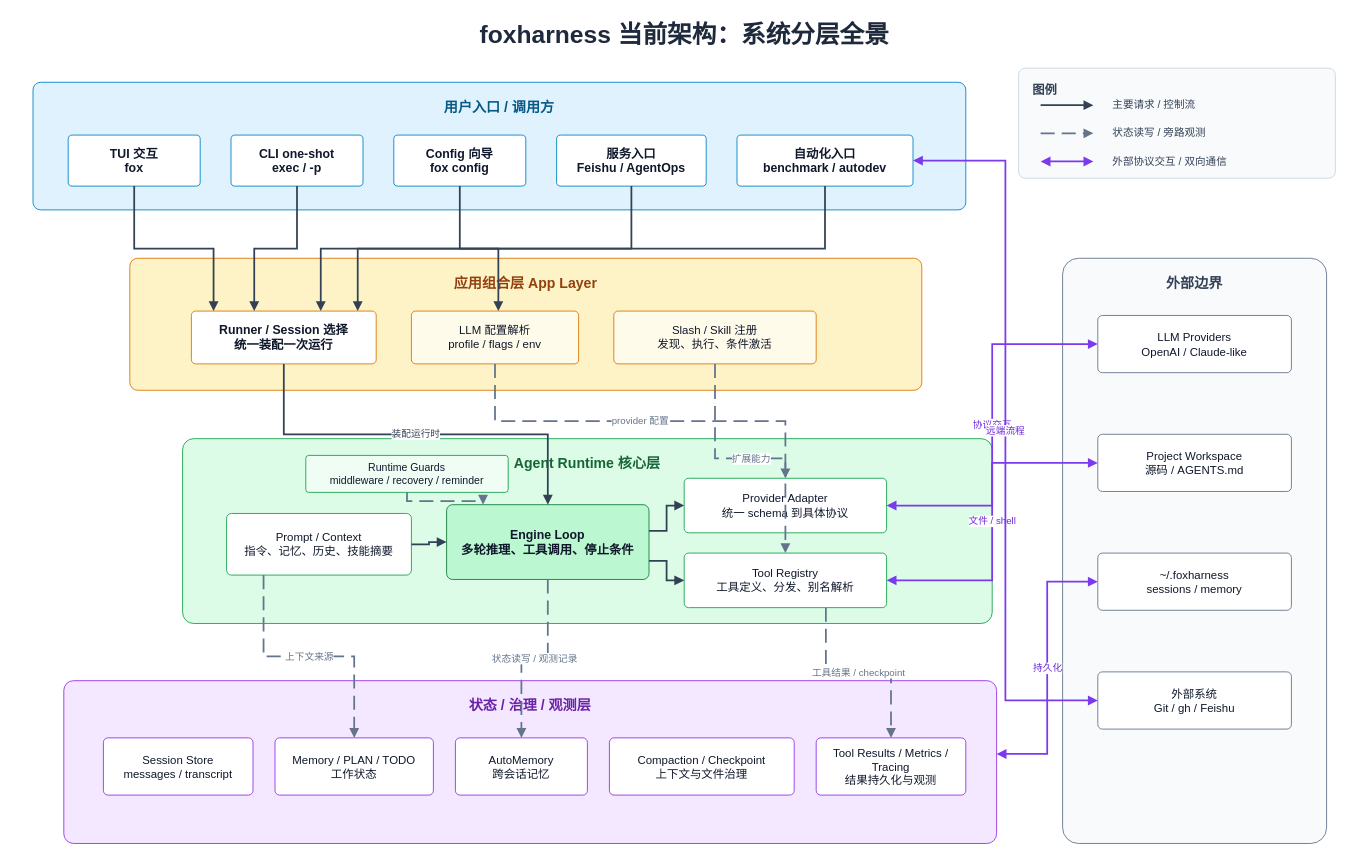
This is page "A1 系统分层全景" (1 of 5) of docs/architecture/drawio/current-architecture.zh-CN.drawio from Zts0hg/foxharness, a draw.io file, before an edit. Source tidied: cells renumbered, new cells numbered last; positions are measured from the earlier drawing's top-left corner, leaving out a move shared by most shapes. Both pictures are drawn from the tidied source at 88%, with x=0, y=0 at pixel (15, 15).
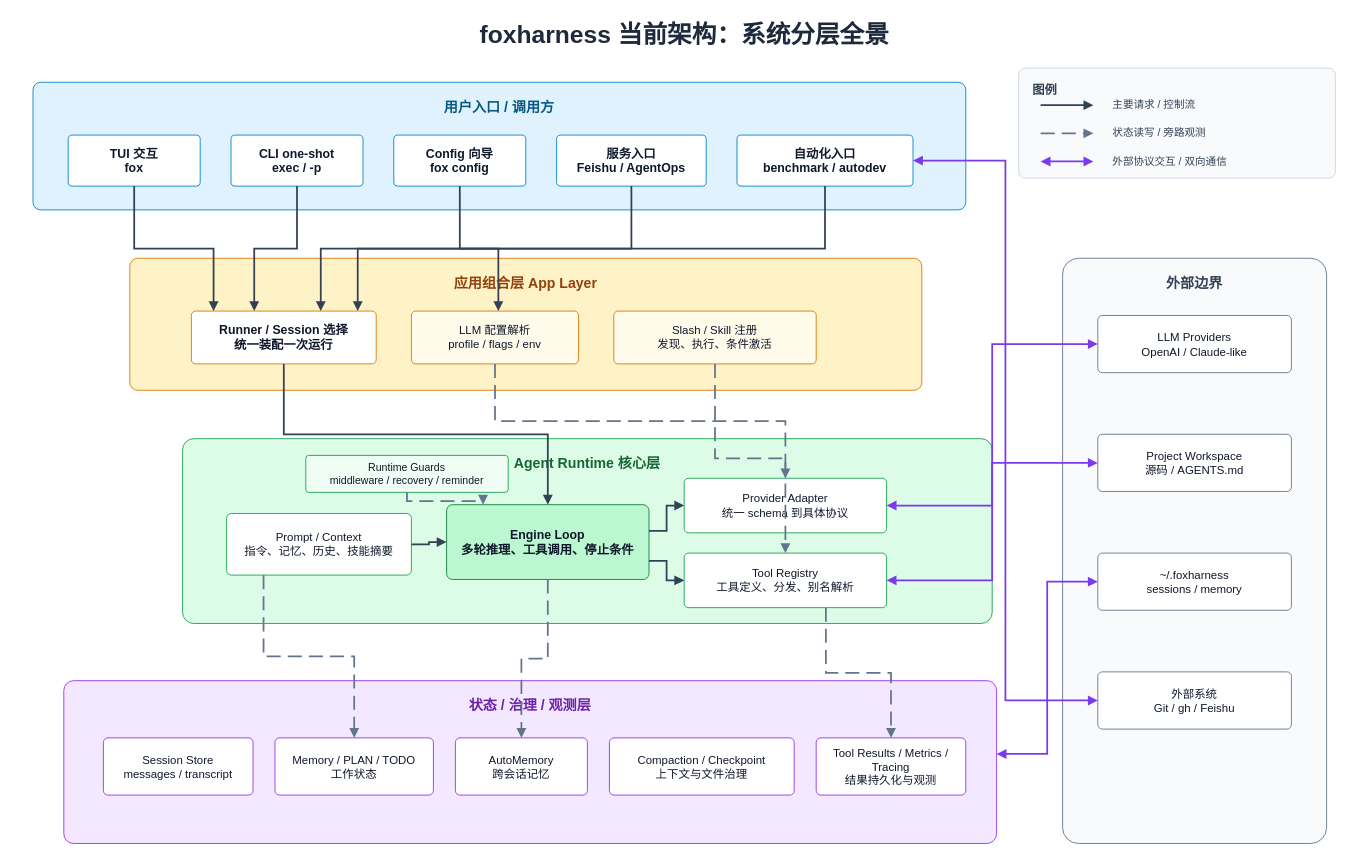
Above is the later version.

The change refers to these unchanged cells:
```xml
<mxCell id="15" value="自动化入口&lt;br&gt;benchmark / autodev" style="rounded=1;whiteSpace=wrap;html=1;fillColor=#FFFFFF;strokeColor=#0284C7;fontSize=14;fontStyle=1;fontColor=#0F172A;arcSize=8;" parent="1" vertex="1">
  <mxGeometry x="820" y="136" width="200" height="58" as="geometry" />
</mxCell>
<mxCell id="17" value="Runner / Session 选择&lt;br&gt;统一装配一次运行" style="rounded=1;whiteSpace=wrap;html=1;fillColor=#FFFFFF;strokeColor=#D97706;fontSize=14;fontStyle=1;fontColor=#0F172A;arcSize=8;" parent="1" vertex="1">
  <mxGeometry x="200" y="336" width="210" height="60" as="geometry" />
</mxCell>
<mxCell id="18" value="LLM 配置解析&lt;br&gt;profile / flags / env" style="rounded=1;whiteSpace=wrap;html=1;fillColor=#FFFBEB;strokeColor=#D97706;fontSize=13;fontColor=#0F172A;arcSize=8;" parent="1" vertex="1">
  <mxGeometry x="450" y="336" width="190" height="60" as="geometry" />
</mxCell>
<mxCell id="19" value="Slash / Skill 注册&lt;br&gt;发现、执行、条件激活" style="rounded=1;whiteSpace=wrap;html=1;fillColor=#FFFBEB;strokeColor=#D97706;fontSize=13;fontColor=#0F172A;arcSize=8;" parent="1" vertex="1">
  <mxGeometry x="680" y="336" width="230" height="60" as="geometry" />
</mxCell>
<mxCell id="21" value="Prompt / Context&lt;br&gt;指令、记忆、历史、技能摘要" style="rounded=1;whiteSpace=wrap;html=1;fillColor=#FFFFFF;strokeColor=#16A34A;fontSize=13;fontColor=#0F172A;arcSize=8;" parent="1" vertex="1">
  <mxGeometry x="240" y="566" width="210" height="70" as="geometry" />
</mxCell>
<mxCell id="22" value="Engine Loop&lt;br&gt;多轮推理、工具调用、停止条件" style="rounded=1;whiteSpace=wrap;html=1;fillColor=#BBF7D0;strokeColor=#15803D;fontSize=14;fontStyle=1;fontColor=#0F172A;arcSize=8;" parent="1" vertex="1">
  <mxGeometry x="490" y="556" width="230" height="85" as="geometry" />
</mxCell>
<mxCell id="23" value="Provider Adapter&lt;br&gt;统一 schema 到具体协议" style="rounded=1;whiteSpace=wrap;html=1;fillColor=#FFFFFF;strokeColor=#16A34A;fontSize=13;fontColor=#0F172A;arcSize=8;" parent="1" vertex="1">
  <mxGeometry x="760" y="526" width="230" height="62" as="geometry" />
</mxCell>
<mxCell id="24" value="Tool Registry&lt;br&gt;工具定义、分发、别名解析" style="rounded=1;whiteSpace=wrap;html=1;fillColor=#FFFFFF;strokeColor=#16A34A;fontSize=13;fontColor=#0F172A;arcSize=8;" parent="1" vertex="1">
  <mxGeometry x="760" y="611" width="230" height="62" as="geometry" />
</mxCell>
<mxCell id="26" value="状态 / 治理 / 观测层" style="rounded=1;whiteSpace=wrap;html=1;fillColor=#F3E8FF;strokeColor=#9333EA;align=center;verticalAlign=top;fontSize=16;fontStyle=1;fontColor=#6B21A8;spacingTop=12;arcSize=6;" parent="1" vertex="1">
  <mxGeometry x="55" y="756" width="1060" height="185" as="geometry" />
</mxCell>
<mxCell id="28" value="Memory / PLAN / TODO&lt;br&gt;工作状态" style="rounded=1;whiteSpace=wrap;html=1;fillColor=#FFFFFF;strokeColor=#9333EA;fontSize=13;fontColor=#0F172A;arcSize=8;" parent="1" vertex="1">
  <mxGeometry x="295" y="821" width="180" height="65" as="geometry" />
</mxCell>
<mxCell id="29" value="AutoMemory&lt;br&gt;跨会话记忆" style="rounded=1;whiteSpace=wrap;html=1;fillColor=#FFFFFF;strokeColor=#9333EA;fontSize=13;fontColor=#0F172A;arcSize=8;" parent="1" vertex="1">
  <mxGeometry x="500" y="821" width="150" height="65" as="geometry" />
</mxCell>
<mxCell id="31" value="Tool Results / Metrics / Tracing&lt;br&gt;结果持久化与观测" style="rounded=1;whiteSpace=wrap;html=1;fillColor=#FFFFFF;strokeColor=#9333EA;fontSize=13;fontColor=#0F172A;arcSize=8;" parent="1" vertex="1">
  <mxGeometry x="910" y="821" width="170" height="65" as="geometry" />
</mxCell>
<mxCell id="33" value="LLM Providers&lt;br&gt;OpenAI / Claude-like" style="rounded=1;whiteSpace=wrap;html=1;fillColor=#FFFFFF;strokeColor=#64748B;fontSize=13;fontColor=#0F172A;arcSize=8;" parent="1" vertex="1">
  <mxGeometry x="1230" y="341" width="220" height="65" as="geometry" />
</mxCell>
<mxCell id="34" value="Project Workspace&lt;br&gt;源码 / AGENTS.md" style="rounded=1;whiteSpace=wrap;html=1;fillColor=#FFFFFF;strokeColor=#64748B;fontSize=13;fontColor=#0F172A;arcSize=8;" parent="1" vertex="1">
  <mxGeometry x="1230" y="476" width="220" height="65" as="geometry" />
</mxCell>
<mxCell id="35" value="~/.foxharness&lt;br&gt;sessions / memory" style="rounded=1;whiteSpace=wrap;html=1;fillColor=#FFFFFF;strokeColor=#64748B;fontSize=13;fontColor=#0F172A;arcSize=8;" parent="1" vertex="1">
  <mxGeometry x="1230" y="611" width="220" height="65" as="geometry" />
</mxCell>
<mxCell id="36" value="外部系统&lt;br&gt;Git / gh / Feishu" style="rounded=1;whiteSpace=wrap;html=1;fillColor=#FFFFFF;strokeColor=#64748B;fontSize=13;fontColor=#0F172A;arcSize=8;" parent="1" vertex="1">
  <mxGeometry x="1230" y="746" width="220" height="65" as="geometry" />
</mxCell>
```

The edit, as a diff of the source:
```diff
@@
-    <mxCell id="42" value="装配运行时" style="edgeStyle=orthogonalEdgeStyle;rounded=0;html=1;strokeColor=#334155;strokeWidth=2;endArrow=block;endFill=1;fontColor=#334155;exitX=0.5;exitY=1;entryX=0.5;entryY=0;" parent="1" edge="1" source="17" target="22">
+    <mxCell id="42" style="edgeStyle=orthogonalEdgeStyle;rounded=0;html=1;strokeColor=#334155;strokeWidth=2;endArrow=block;endFill=1;fontColor=#334155;exitX=0.5;exitY=1;entryX=0.5;entryY=0;" parent="1" edge="1" source="17" target="22">
       <mxGeometry relative="1" as="geometry" />
     </mxCell>
-    <mxCell id="43" value="provider 配置" style="edgeStyle=orthogonalEdgeStyle;rounded=0;html=1;strokeColor=#64748B;strokeWidth=2;dashed=1;dashPattern=8 4;endArrow=block;endFill=1;fontColor=#64748B;exitX=0.5;exitY=1;entryX=0.5;entryY=0;" parent="1" edge="1" source="18" target="23">
+    <mxCell id="43" style="edgeStyle=orthogonalEdgeStyle;rounded=0;html=1;strokeColor=#64748B;strokeWidth=2;dashed=1;dashPattern=8 4;endArrow=block;endFill=1;fontColor=#64748B;exitX=0.5;exitY=1;entryX=0.5;entryY=0;" parent="1" edge="1" source="18" target="23">
       <mxGeometry relative="1" as="geometry" />
     </mxCell>
-    <mxCell id="44" value="扩展能力" style="edgeStyle=orthogonalEdgeStyle;rounded=0;html=1;strokeColor=#64748B;strokeWidth=2;dashed=1;dashPattern=8 4;endArrow=block;endFill=1;fontColor=#64748B;exitX=0.5;exitY=1;entryX=0.5;entryY=0;" parent="1" edge="1" source="19" target="24">
+    <mxCell id="44" style="edgeStyle=orthogonalEdgeStyle;rounded=0;html=1;strokeColor=#64748B;strokeWidth=2;dashed=1;dashPattern=8 4;endArrow=block;endFill=1;fontColor=#64748B;exitX=0.5;exitY=1;entryX=0.5;entryY=0;" parent="1" edge="1" source="19" target="24">
       <mxGeometry relative="1" as="geometry" />
     </mxCell>
@@
-    <mxCell id="49" value="状态读写 / 观测记录" style="edgeStyle=orthogonalEdgeStyle;rounded=0;html=1;strokeColor=#64748B;strokeWidth=2;dashed=1;dashPattern=8 4;endArrow=block;endFill=1;fontColor=#64748B;exitX=0.5;exitY=1;entryX=0.5;entryY=0;" parent="1" edge="1" source="22" target="29">
+    <mxCell id="49" style="edgeStyle=orthogonalEdgeStyle;rounded=0;html=1;strokeColor=#64748B;strokeWidth=2;dashed=1;dashPattern=8 4;endArrow=block;endFill=1;fontColor=#64748B;exitX=0.5;exitY=1;entryX=0.5;entryY=0;" parent="1" edge="1" source="22" target="29">
       <mxGeometry relative="1" as="geometry" />
     </mxCell>
-    <mxCell id="50" value="上下文来源" style="edgeStyle=orthogonalEdgeStyle;rounded=0;html=1;strokeColor=#64748B;strokeWidth=2;dashed=1;dashPattern=8 4;endArrow=block;endFill=1;fontColor=#64748B;exitX=0.2;exitY=1;entryX=0.5;entryY=0;" parent="1" edge="1" source="21" target="28">
+    <mxCell id="50" style="edgeStyle=orthogonalEdgeStyle;rounded=0;html=1;strokeColor=#64748B;strokeWidth=2;dashed=1;dashPattern=8 4;endArrow=block;endFill=1;fontColor=#64748B;exitX=0.2;exitY=1;entryX=0.5;entryY=0;" parent="1" edge="1" source="21" target="28">
       <mxGeometry relative="1" as="geometry" />
     </mxCell>
-    <mxCell id="51" value="工具结果 / checkpoint" style="edgeStyle=orthogonalEdgeStyle;rounded=0;html=1;strokeColor=#64748B;strokeWidth=2;dashed=1;dashPattern=8 4;endArrow=block;endFill=1;fontColor=#64748B;exitX=0.7;exitY=1;entryX=0.5;entryY=0;" parent="1" edge="1" source="24" target="31">
+    <mxCell id="51" style="edgeStyle=orthogonalEdgeStyle;rounded=0;html=1;strokeColor=#64748B;strokeWidth=2;dashed=1;dashPattern=8 4;endArrow=block;endFill=1;fontColor=#64748B;exitX=0.7;exitY=1;entryX=0.5;entryY=0;" parent="1" edge="1" source="24" target="31">
       <mxGeometry relative="1" as="geometry" />
     </mxCell>
-    <mxCell id="52" value="协议交互" style="edgeStyle=orthogonalEdgeStyle;rounded=0;html=1;strokeColor=#7C3AED;strokeWidth=2;startArrow=block;startFill=1;endArrow=block;endFill=1;fontColor=#6D28D9;exitX=1;exitY=0.5;entryX=0;entryY=0.5;" parent="1" edge="1" source="23" target="33">
+    <mxCell id="52" style="edgeStyle=orthogonalEdgeStyle;rounded=0;html=1;strokeColor=#7C3AED;strokeWidth=2;startArrow=block;startFill=1;endArrow=block;endFill=1;fontColor=#6D28D9;exitX=1;exitY=0.5;entryX=0;entryY=0.5;" parent="1" edge="1" source="23" target="33">
       <mxGeometry relative="1" as="geometry" />
     </mxCell>
-    <mxCell id="53" value="文件 / shell" style="edgeStyle=orthogonalEdgeStyle;rounded=0;html=1;strokeColor=#7C3AED;strokeWidth=2;startArrow=block;startFill=1;endArrow=block;endFill=1;fontColor=#6D28D9;exitX=1;exitY=0.5;entryX=0;entryY=0.5;" parent="1" edge="1" source="24" target="34">
+    <mxCell id="53" style="edgeStyle=orthogonalEdgeStyle;rounded=0;html=1;strokeColor=#7C3AED;strokeWidth=2;startArrow=block;startFill=1;endArrow=block;endFill=1;fontColor=#6D28D9;exitX=1;exitY=0.5;entryX=0;entryY=0.5;" parent="1" edge="1" source="24" target="34">
       <mxGeometry relative="1" as="geometry" />
     </mxCell>
-    <mxCell id="54" value="持久化" style="edgeStyle=orthogonalEdgeStyle;rounded=0;html=1;strokeColor=#7C3AED;strokeWidth=2;startArrow=block;startFill=1;endArrow=block;endFill=1;fontColor=#6D28D9;exitX=1;exitY=0.45;entryX=0;entryY=0.5;" parent="1" edge="1" source="26" target="35">
+    <mxCell id="54" style="edgeStyle=orthogonalEdgeStyle;rounded=0;html=1;strokeColor=#7C3AED;strokeWidth=2;startArrow=block;startFill=1;endArrow=block;endFill=1;fontColor=#6D28D9;exitX=1;exitY=0.45;entryX=0;entryY=0.5;" parent="1" edge="1" source="26" target="35">
       <mxGeometry relative="1" as="geometry" />
     </mxCell>
-    <mxCell id="55" value="远端流程" style="edgeStyle=orthogonalEdgeStyle;rounded=0;html=1;strokeColor=#7C3AED;strokeWidth=2;startArrow=block;startFill=1;endArrow=block;endFill=1;fontColor=#6D28D9;exitX=1;exitY=0.5;entryX=0;entryY=0.5;" parent="1" edge="1" source="15" target="36">
+    <mxCell id="55" style="edgeStyle=orthogonalEdgeStyle;rounded=0;html=1;strokeColor=#7C3AED;strokeWidth=2;startArrow=block;startFill=1;endArrow=block;endFill=1;fontColor=#6D28D9;exitX=1;exitY=0.5;entryX=0;entryY=0.5;" parent="1" edge="1" source="15" target="36">
       <mxGeometry relative="1" as="geometry" />
     </mxCell>
```
